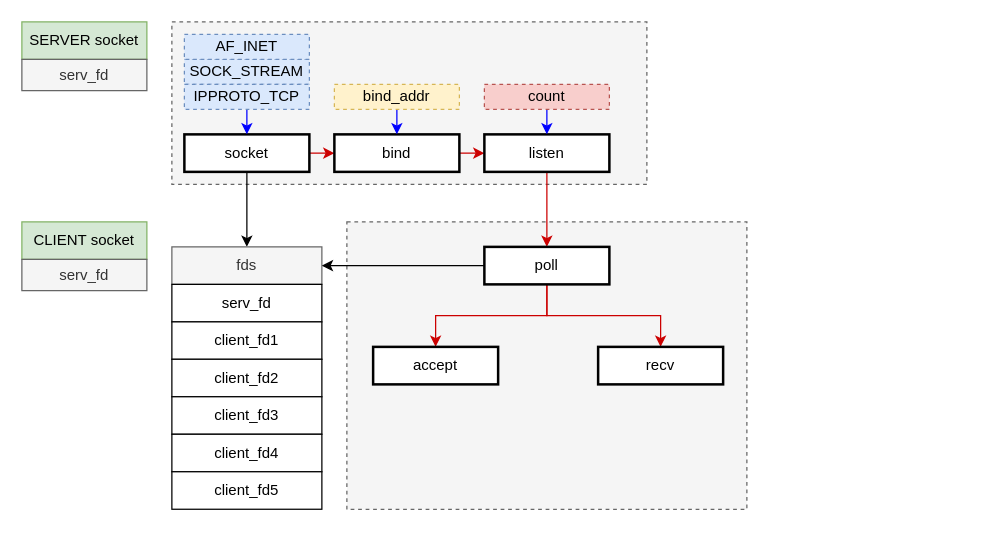
Before: doc/http_server/http_async.drawio in lucasdietrich/stm32f429zi-getting-started-zephyr-mbed-tls, a draw.io diagram. Source tidied: cells renumbered, new cells numbered last; positions are measured from the earlier drawing's top-left corner, leaving out a move shared by most shapes. Both pictures are drawn from the tidied source at 125%, with x=0, y=0 at pixel (21, 21).
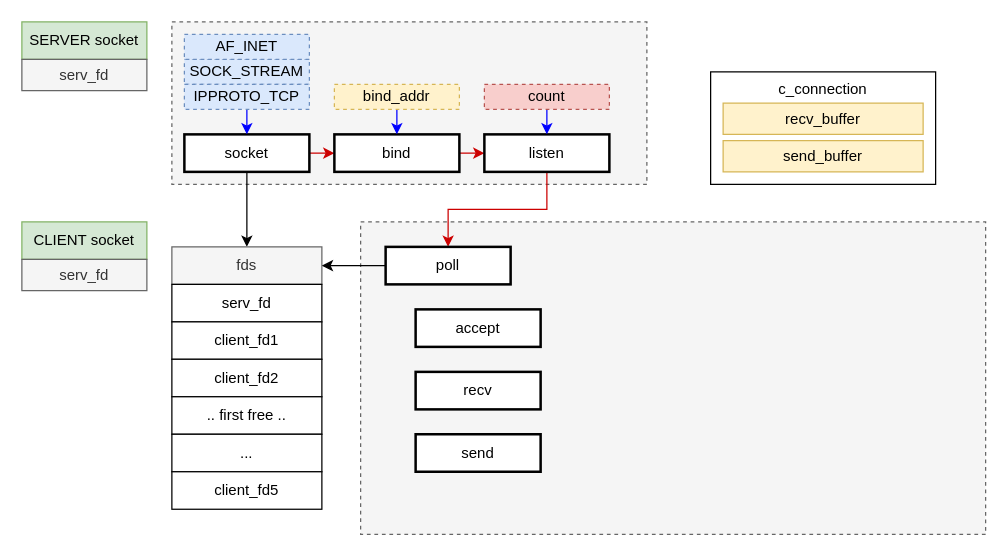
The same page after the edit.

The edit, as a diff of the source:
```diff
@@
     <mxCell id="3" style="rounded=0;whiteSpace=wrap;html=1;dashed=1;fillColor=#f5f5f5;strokeColor=#666666;fontColor=#333333;" parent="1" vertex="1">
-      <mxGeometry x="260" y="160" width="320" height="230" as="geometry" />
+      <mxGeometry x="271" y="160" width="500" height="250" as="geometry" />
     </mxCell>
@@
-    <mxCell id="28" value="client_fd3" style="rounded=0;whiteSpace=wrap;html=1;" parent="1" vertex="1">
+    <mxCell id="28" value=".. first free .." style="rounded=0;whiteSpace=wrap;html=1;" parent="1" vertex="1">
       <mxGeometry x="120" y="299.9" width="120" height="30" as="geometry" />
     </mxCell>
-    <mxCell id="29" value="client_fd4" style="rounded=0;whiteSpace=wrap;html=1;" parent="1" vertex="1">
+    <mxCell id="29" value="..." style="rounded=0;whiteSpace=wrap;html=1;" parent="1" vertex="1">
       <mxGeometry x="120" y="329.9" width="120" height="30" as="geometry" />
     </mxCell>
@@
-    <mxCell id="32" style="edgeStyle=orthogonalEdgeStyle;rounded=0;jettySize=auto;html=1;exitX=0.5;exitY=1;exitDx=0;exitDy=0;entryX=0.5;entryY=0;entryDx=0;entryDy=0;strokeColor=#CC0000;" parent="1" edge="1" source="34" target="35">
-      <mxGeometry relative="1" as="geometry" />
-    </mxCell>
-    <mxCell id="33" style="edgeStyle=orthogonalEdgeStyle;rounded=0;jettySize=auto;html=1;exitX=0.5;exitY=1;exitDx=0;exitDy=0;entryX=0.5;entryY=0;entryDx=0;entryDy=0;strokeColor=#CC0000;" parent="1" edge="1" source="34" target="36">
-      <mxGeometry relative="1" as="geometry" />
-    </mxCell>
     <mxCell id="34" value="poll" style="rounded=0;whiteSpace=wrap;html=1;strokeWidth=2;" parent="1" vertex="1">
-      <mxGeometry x="370" y="180" width="100" height="30" as="geometry" />
+      <mxGeometry x="291" y="180" width="100" height="30" as="geometry" />
     </mxCell>
     <mxCell id="35" value="accept" style="rounded=0;whiteSpace=wrap;html=1;strokeWidth=2;" parent="1" vertex="1">
-      <mxGeometry x="281" y="260" width="100" height="30" as="geometry" />
+      <mxGeometry x="315" y="230" width="100" height="30" as="geometry" />
     </mxCell>
     <mxCell id="36" value="recv" style="rounded=0;whiteSpace=wrap;html=1;strokeWidth=2;" parent="1" vertex="1">
-      <mxGeometry x="461" y="260" width="100" height="30" as="geometry" />
+      <mxGeometry x="315" y="280" width="100" height="30" as="geometry" />
     </mxCell>
+    <mxCell id="37" value="send" style="rounded=0;whiteSpace=wrap;html=1;strokeWidth=2;" parent="1" vertex="1">
+      <mxGeometry x="315" y="329.9" width="100" height="30" as="geometry" />
+    </mxCell>
+    <mxCell id="38" value="c_connection" style="rounded=0;whiteSpace=wrap;html=1;verticalAlign=top;" parent="1" vertex="1">
+      <mxGeometry x="551" y="40" width="180" height="90" as="geometry" />
+    </mxCell>
+    <mxCell id="39" value="recv_buffer" style="rounded=0;whiteSpace=wrap;html=1;fillColor=#fff2cc;strokeColor=#d6b656;" parent="1" vertex="1">
+      <mxGeometry x="561" y="65" width="160" height="25" as="geometry" />
+    </mxCell>
+    <mxCell id="40" value="send_buffer" style="rounded=0;whiteSpace=wrap;html=1;fillColor=#fff2cc;strokeColor=#d6b656;" parent="1" vertex="1">
+      <mxGeometry x="561" y="95" width="160" height="25" as="geometry" />
+    </mxCell>
```
